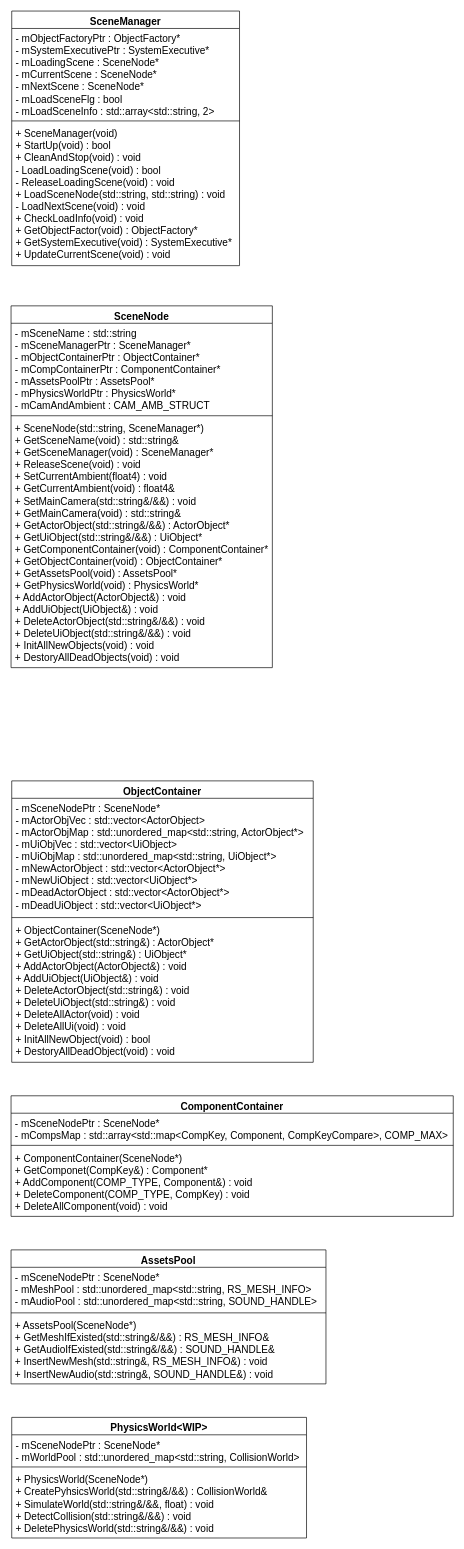
This is page "Scene" (4 of 9) of HycFrame3D.drawio from HIBICUS-CAI/HycFrame3D, a draw.io file, before an edit. Source tidied: cells renumbered, new cells numbered last; positions are measured from the earlier drawing's top-left corner, leaving out a move shared by most shapes. Both pictures are drawn from the tidied source at 67%, with x=0, y=0 at pixel (11, 11).
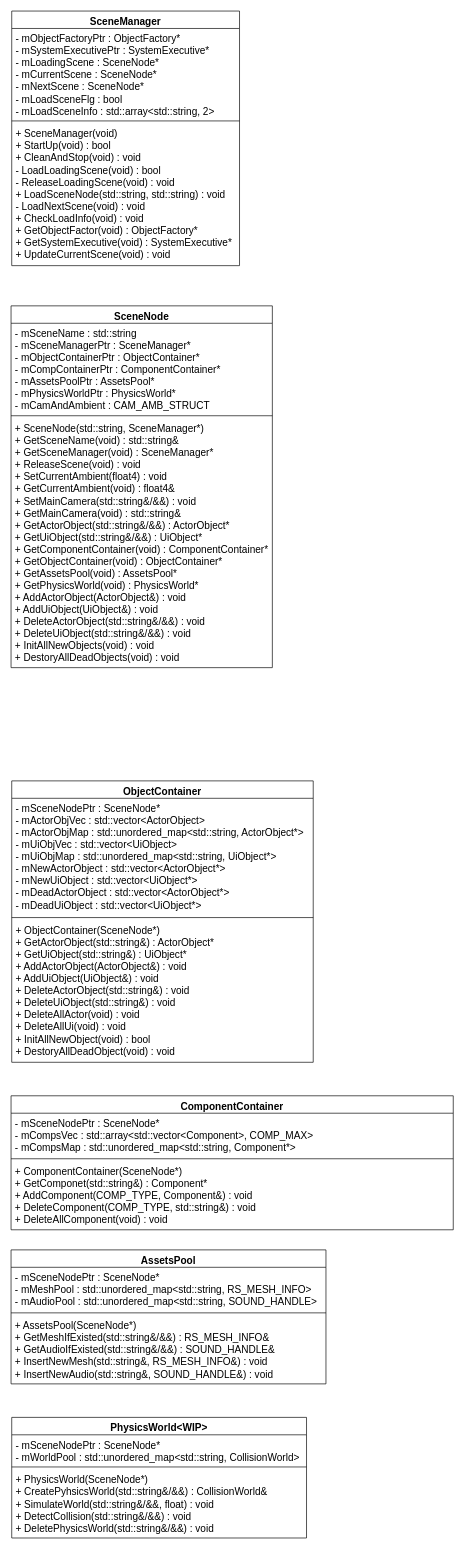
After the change.

Commit message (it also covers changes not shown here):
update component design and update to 143 toolset

Diff of the diagram source:
```diff
@@
     <mxCell id="14" value="ComponentContainer" style="swimlane;fontStyle=1;align=center;verticalAlign=top;horizontal=1;startSize=26;fontSize=15;" parent="1" vertex="1">
-      <mxGeometry y="1619" width="660" height="180" as="geometry" />
+      <mxGeometry y="1619" width="660" height="200" as="geometry" />
     </mxCell>
-    <mxCell id="15" value="- mSceneNodePtr : SceneNode*&#10;- mCompsMap : std::array&lt;std::map&lt;CompKey, Component, CompKeyCompare&gt;, COMP_MAX&gt;" style="text;strokeColor=none;fillColor=none;align=left;verticalAlign=top;spacingLeft=4;spacingRight=4;overflow=hidden;fontSize=15;" parent="14" vertex="1">
-      <mxGeometry y="26" width="660" height="44" as="geometry" />
+    <mxCell id="15" value="- mSceneNodePtr : SceneNode*&#10;- mCompsVec : std::array&lt;std::vector&lt;Component&gt;, COMP_MAX&gt;&#10;- mCompsMap : std::unordered_map&lt;std::string, Component*&gt;" style="text;strokeColor=none;fillColor=none;align=left;verticalAlign=top;spacingLeft=4;spacingRight=4;overflow=hidden;fontSize=15;" parent="14" vertex="1">
+      <mxGeometry y="26" width="660" height="64" as="geometry" />
     </mxCell>
     <mxCell id="16" style="line;strokeWidth=1;fillColor=none;align=left;verticalAlign=middle;spacingTop=-1;spacingLeft=3;spacingRight=3;labelPosition=right;" parent="14" vertex="1">
-      <mxGeometry y="70" width="660" height="8" as="geometry" />
+      <mxGeometry y="90" width="660" height="8" as="geometry" />
     </mxCell>
-    <mxCell id="17" value="+ ComponentContainer(SceneNode*)&#10;+ GetComponet(CompKey&amp;) : Component*&#10;+ AddComponent(COMP_TYPE, Component&amp;) : void&#10;+ DeleteComponent(COMP_TYPE, CompKey) : void&#10;+ DeleteAllComponent(void) : void" style="text;strokeColor=none;fillColor=none;align=left;verticalAlign=top;spacingLeft=4;spacingRight=4;overflow=hidden;fontSize=15;" parent="14" vertex="1">
-      <mxGeometry y="78" width="660" height="102" as="geometry" />
+    <mxCell id="17" value="+ ComponentContainer(SceneNode*)&#10;+ GetComponet(std::string&amp;) : Component*&#10;+ AddComponent(COMP_TYPE, Component&amp;) : void&#10;+ DeleteComponent(COMP_TYPE, std::string&amp;) : void&#10;+ DeleteAllComponent(void) : void" style="text;strokeColor=none;fillColor=none;align=left;verticalAlign=top;spacingLeft=4;spacingRight=4;overflow=hidden;fontSize=15;" parent="14" vertex="1">
+      <mxGeometry y="98" width="660" height="102" as="geometry" />
     </mxCell>
```
